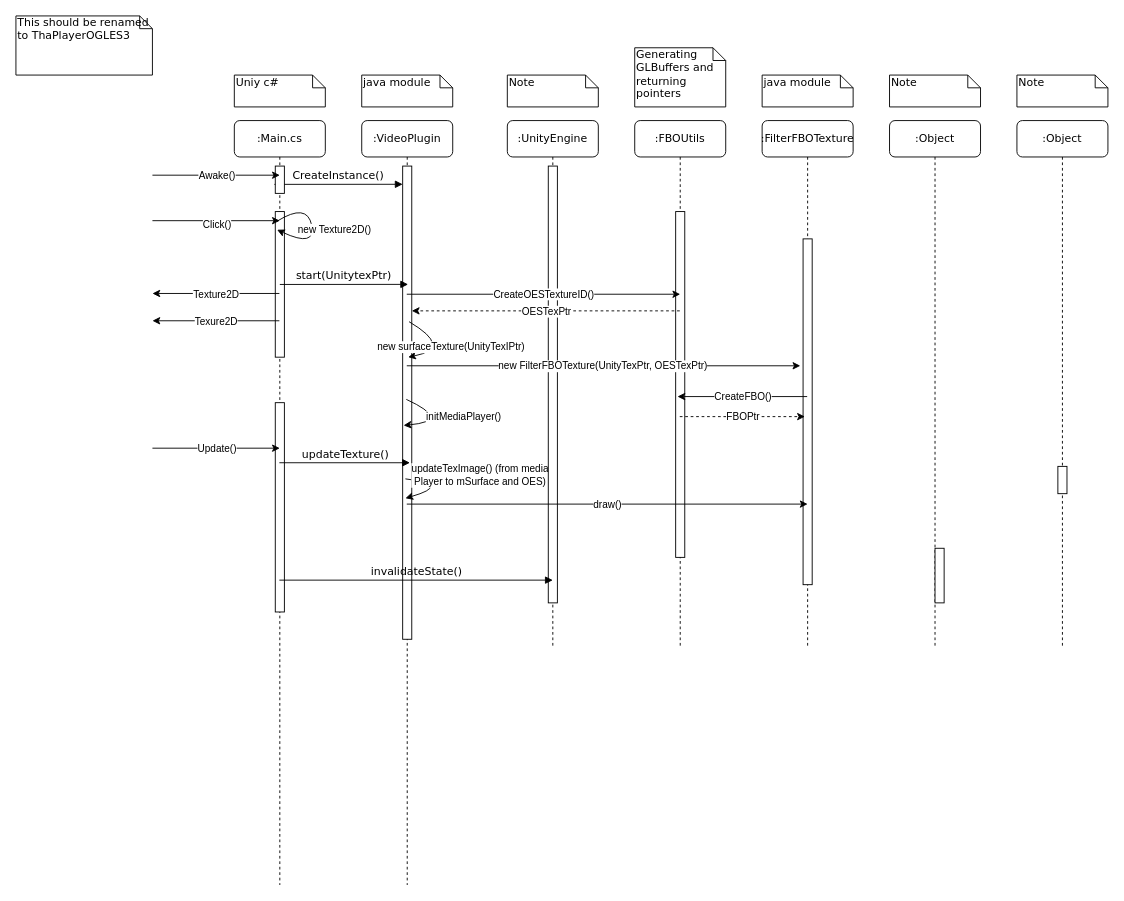
This is Documentation/Diagrams/DrawIo/SeqDiag_ThaPlayerURPGL3.drawio from xrchisense/xrevent-broadcaster-unity, a draw.io file, before an edit. Source tidied: cells renumbered, new cells numbered last; positions are measured from the earlier drawing's top-left corner, leaving out a move shared by most shapes. Both pictures are drawn from the tidied source at 91%, with x=0, y=0 at pixel (15, 15).
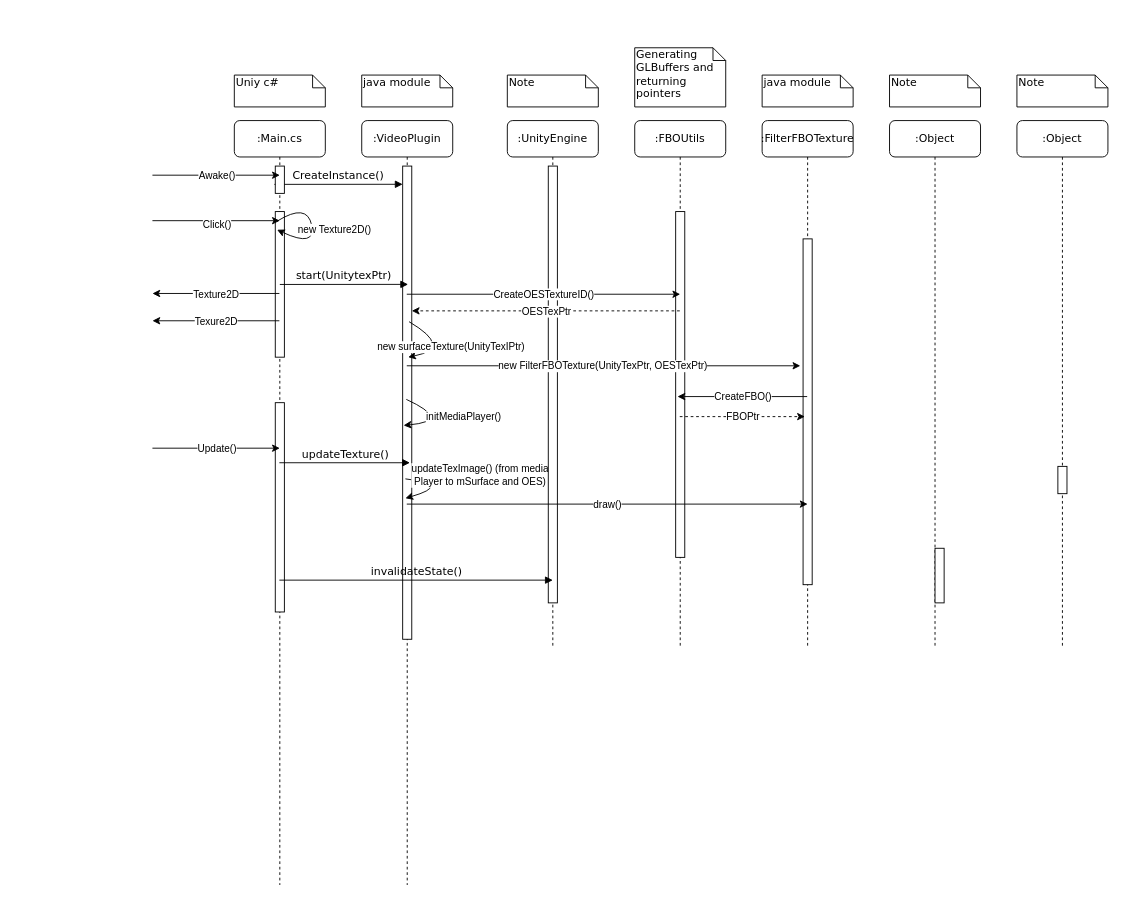
The same page after the edit.

The edit, as a diff of the source:
```diff
@@
-    <mxCell id="57" value="This should be renamed to ThaPlayerOGLES3" style="shape=note;whiteSpace=wrap;html=1;size=14;verticalAlign=top;align=left;spacingTop=-6;rounded=0;shadow=0;comic=0;labelBackgroundColor=none;strokeWidth=1;fontFamily=Verdana;fontSize=12;" parent="1" vertex="1">
-      <mxGeometry width="150" height="65" as="geometry" />
-    </mxCell>
```
